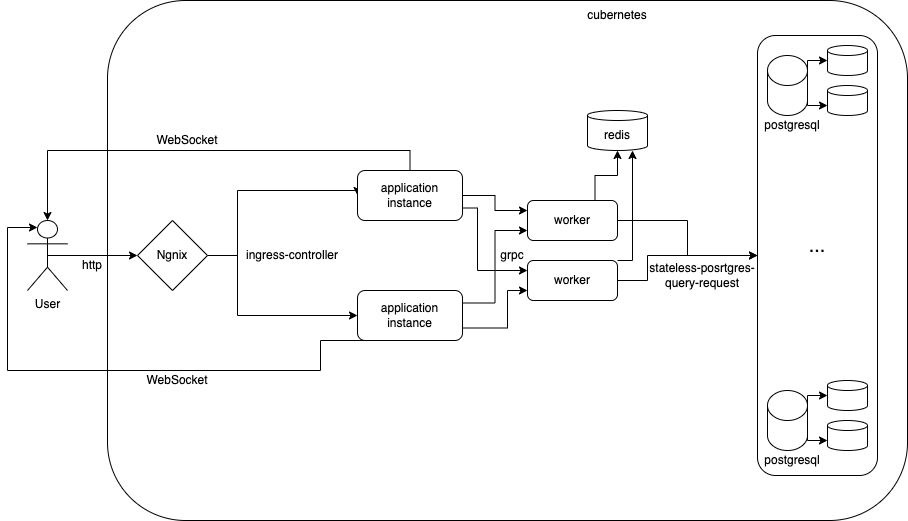
Before: img/project_sheme.png, a diagram exported from draw.io (masharpik/ChadGPT_Highload). Source tidied: cells renumbered, new cells last; positions are measured from the earlier drawing's top-left corner, leaving out a move shared by most shapes.
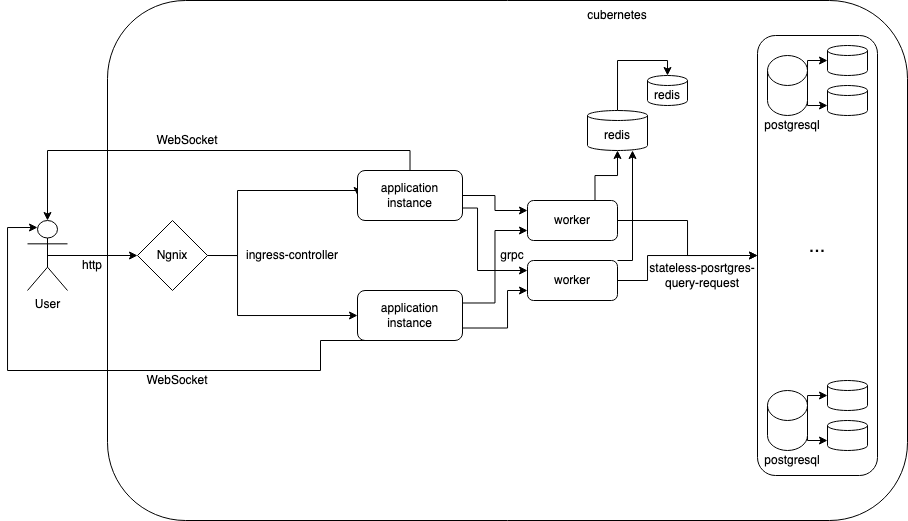
The same file after the commit.

The edit, as a diff of the source:
```diff
@@ -174,6 +174,14 @@
     <mxCell id="41" value="&lt;font style=&quot;font-size: 20px;&quot;&gt;...&lt;/font&gt;" style="text;html=1;align=center;verticalAlign=middle;whiteSpace=wrap;rounded=0;" parent="1" vertex="1">
       <mxGeometry x="780" y="230" width="60" height="30" as="geometry" />
     </mxCell>
+    <mxCell id="45" style="edgeStyle=orthogonalEdgeStyle;rounded=0;jettySize=auto;html=1;exitX=0.5;exitY=0;exitDx=0;exitDy=0;exitPerimeter=0;entryX=0.5;entryY=0;entryDx=0;entryDy=0;entryPerimeter=0;" parent="1" edge="1" source="42" target="46">
+      <mxGeometry relative="1" as="geometry">
+        <Array as="points">
+          <mxPoint x="610" y="60" />
+          <mxPoint x="660" y="60" />
+        </Array>
+      </mxGeometry>
+    </mxCell>
     <mxCell id="42" style="shape=cylinder3;whiteSpace=wrap;html=1;boundedLbl=1;backgroundOutline=1;size=5;" parent="1" vertex="1">
       <mxGeometry x="580" y="110" width="60" height="40" as="geometry" />
     </mxCell>
@@ -183,5 +191,11 @@
     <mxCell id="44" value="cubernetes" style="text;html=1;align=center;verticalAlign=middle;whiteSpace=wrap;rounded=0;" parent="1" vertex="1">
       <mxGeometry x="580" width="60" height="30" as="geometry" />
     </mxCell>
+    <mxCell id="46" style="shape=cylinder3;whiteSpace=wrap;html=1;boundedLbl=1;backgroundOutline=1;size=5;" parent="1" vertex="1">
+      <mxGeometry x="640" y="75" width="40" height="30" as="geometry" />
+    </mxCell>
+    <mxCell id="47" value="redis" style="text;html=1;align=center;verticalAlign=middle;whiteSpace=wrap;rounded=0;" parent="1" vertex="1">
+      <mxGeometry x="630" y="80" width="60" height="30" as="geometry" />
+    </mxCell>
   </root>
 </mxGraphModel>
```
